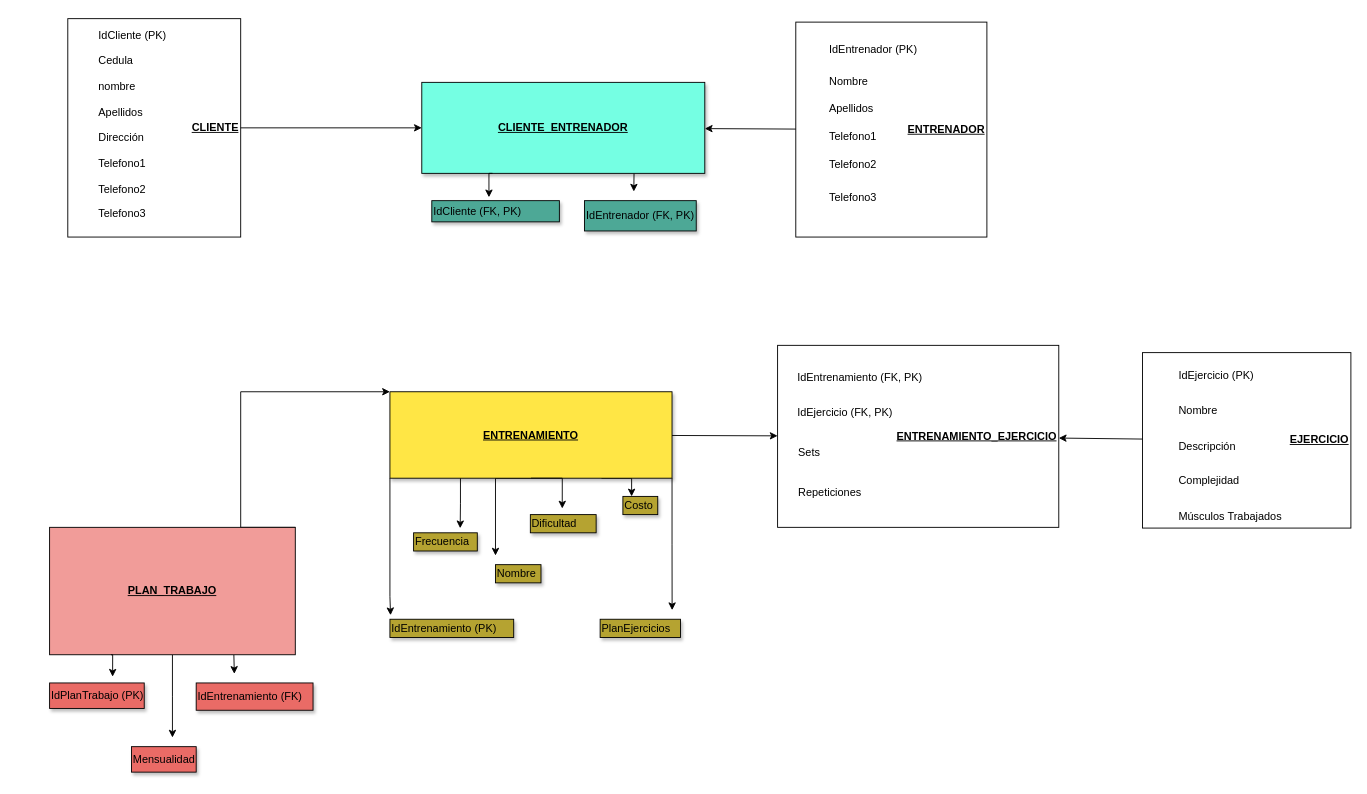
Before: Diagrama sin título.drawio in Daniela27B/Daniela27B, a draw.io diagram. Source tidied: cells renumbered, new cells numbered last; positions are measured from the earlier drawing's top-left corner, leaving out a move shared by most shapes. Both pictures are drawn from the tidied source at 91%, with x=0, y=0 at pixel (49, 18).
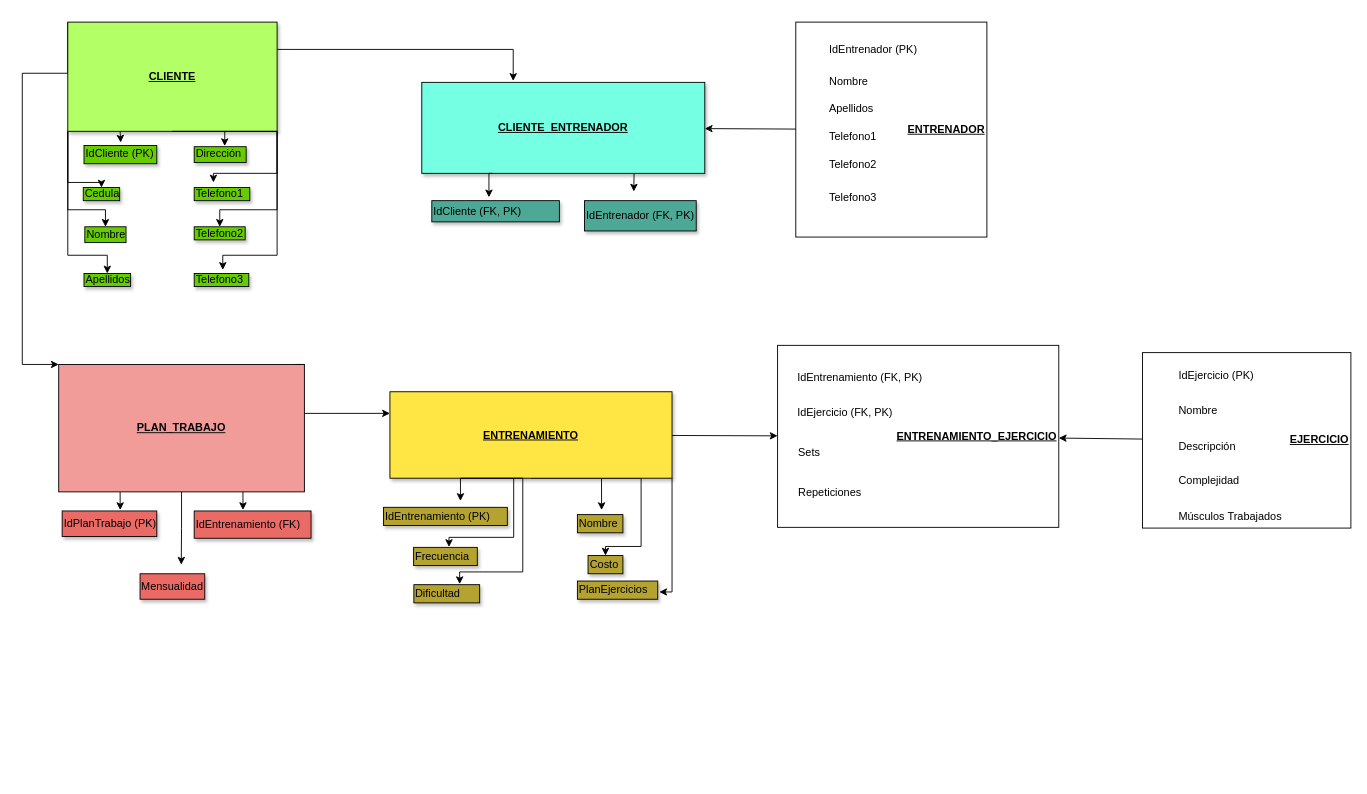
Above is the later version.

The change refers to these unchanged cells:
```xml
<mxCell id="19" value="&lt;b&gt;&lt;u&gt;ENTRENAMIENTO&lt;/u&gt;&lt;/b&gt;" style="rounded=0;whiteSpace=wrap;html=1;align=center;fillColor=#FFE645;shadow=1;" parent="1" vertex="1">
  <mxGeometry x="374" y="410" width="310" height="95" as="geometry" />
</mxCell>
<mxCell id="34" value="&lt;b&gt;&lt;u&gt;CLIENTE_ENTRENADOR&lt;/u&gt;&lt;/b&gt;" style="rounded=0;whiteSpace=wrap;html=1;align=center;fillColor=#75FFE3;shadow=1;" parent="1" vertex="1">
  <mxGeometry x="409" y="70" width="311" height="100" as="geometry" />
</mxCell>
```

The edit, as a diff of the source:
```diff
@@
+    <mxCell id="59" style="edgeStyle=orthogonalEdgeStyle;rounded=0;jettySize=auto;html=1;exitX=0;exitY=0;exitDx=0;exitDy=0;entryX=0;entryY=0;entryDx=0;entryDy=0;" parent="1" edge="1" source="2" target="14">
+      <mxGeometry relative="1" as="geometry">
+        <Array as="points">
+          <mxPoint x="20" y="60" />
+          <mxPoint x="-30" y="60" />
+          <mxPoint x="-30" y="380" />
+        </Array>
+      </mxGeometry>
+    </mxCell>
+    <mxCell id="60" style="edgeStyle=orthogonalEdgeStyle;rounded=0;jettySize=auto;html=1;exitX=0.75;exitY=1;exitDx=0;exitDy=0;" parent="1" edge="1" source="2">
+      <mxGeometry relative="1" as="geometry">
+        <mxPoint x="192.4" y="140" as="targetPoint" />
+      </mxGeometry>
+    </mxCell>
+    <mxCell id="61" style="edgeStyle=orthogonalEdgeStyle;rounded=0;jettySize=auto;html=1;exitX=0.5;exitY=1;exitDx=0;exitDy=0;" parent="1" edge="1" source="2">
+      <mxGeometry relative="1" as="geometry">
+        <mxPoint x="180" y="180" as="targetPoint" />
+        <Array as="points">
+          <mxPoint x="250" y="124" />
+          <mxPoint x="250" y="170" />
+          <mxPoint x="180" y="170" />
+        </Array>
+      </mxGeometry>
+    </mxCell>
+    <mxCell id="62" style="edgeStyle=orthogonalEdgeStyle;rounded=0;jettySize=auto;html=1;exitX=0.5;exitY=1;exitDx=0;exitDy=0;" parent="1" edge="1" source="2" target="10">
+      <mxGeometry relative="1" as="geometry">
+        <Array as="points">
+          <mxPoint x="250" y="124" />
+          <mxPoint x="250" y="210" />
+          <mxPoint x="187" y="210" />
+        </Array>
+      </mxGeometry>
+    </mxCell>
+    <mxCell id="63" style="edgeStyle=orthogonalEdgeStyle;rounded=0;jettySize=auto;html=1;exitX=0;exitY=1;exitDx=0;exitDy=0;entryX=0.5;entryY=0;entryDx=0;entryDy=0;" parent="1" edge="1" source="2" target="4">
+      <mxGeometry relative="1" as="geometry">
+        <Array as="points">
+          <mxPoint x="20" y="180" />
+          <mxPoint x="57" y="180" />
+        </Array>
+      </mxGeometry>
+    </mxCell>
+    <mxCell id="64" style="edgeStyle=orthogonalEdgeStyle;rounded=0;jettySize=auto;html=1;exitX=0;exitY=1;exitDx=0;exitDy=0;entryX=0.5;entryY=0;entryDx=0;entryDy=0;" parent="1" edge="1" source="2" target="5">
+      <mxGeometry relative="1" as="geometry">
+        <Array as="points">
+          <mxPoint x="20" y="210" />
+          <mxPoint x="61" y="210" />
+        </Array>
+      </mxGeometry>
+    </mxCell>
+    <mxCell id="65" style="edgeStyle=orthogonalEdgeStyle;rounded=0;jettySize=auto;html=1;exitX=0;exitY=1;exitDx=0;exitDy=0;entryX=0.5;entryY=0;entryDx=0;entryDy=0;" parent="1" edge="1" source="2" target="6">
+      <mxGeometry relative="1" as="geometry">
+        <Array as="points">
+          <mxPoint x="20" y="260" />
+          <mxPoint x="63" y="260" />
+        </Array>
+      </mxGeometry>
+    </mxCell>
-    <mxCell id="2" value="&lt;u&gt;&lt;b&gt;CLIENTE&lt;/b&gt;&lt;/u&gt;" style="rounded=0;whiteSpace=wrap;html=1;align=right;" parent="1" vertex="1">
-      <mxGeometry x="20" width="190" height="240" as="geometry" />
+    <mxCell id="2" value="&lt;u&gt;&lt;b&gt;CLIENTE&lt;/b&gt;&lt;/u&gt;" style="rounded=0;whiteSpace=wrap;html=1;align=center;fillColor=#B3FF66;shadow=1;" parent="1" vertex="1">
+      <mxGeometry x="20" y="3.8" width="230" height="120" as="geometry" />
     </mxCell>
-    <mxCell id="3" value="IdCliente (PK)" style="text;html=1;strokeColor=none;fillColor=none;align=left;verticalAlign=middle;" parent="2" vertex="1">
-      <mxGeometry x="31.7" y="13.3" width="122.7" height="11.3" as="geometry" />
-    </mxCell>
-    <mxCell id="4" value="Cedula" style="text;html=1;strokeColor=none;fillColor=none;align=left;verticalAlign=middle;" parent="2" vertex="1">
-      <mxGeometry x="31.7" y="39" width="99" height="14.4" as="geometry" />
-    </mxCell>
-    <mxCell id="5" value="nombre" style="text;html=1;strokeColor=none;fillColor=none;align=left;verticalAlign=middle;" parent="2" vertex="1">
-      <mxGeometry x="31.7" y="66.2" width="63.3" height="17.4" as="geometry" />
-    </mxCell>
-    <mxCell id="6" value="Apellidos" style="text;html=1;strokeColor=none;fillColor=none;align=left;verticalAlign=middle;" parent="2" vertex="1">
-      <mxGeometry x="31.7" y="95.5" width="75.2" height="14.4" as="geometry" />
-    </mxCell>
-    <mxCell id="7" value="Dirección" style="text;html=1;strokeColor=none;fillColor=none;align=left;verticalAlign=middle;" parent="2" vertex="1">
-      <mxGeometry x="31.7" y="121.8" width="75.2" height="17.4" as="geometry" />
-    </mxCell>
-    <mxCell id="8" value="Telefono1" style="text;html=1;strokeColor=none;fillColor=none;align=left;verticalAlign=middle;" parent="2" vertex="1">
-      <mxGeometry x="31.7" y="153" width="87.1" height="14.4" as="geometry" />
-    </mxCell>
-    <mxCell id="9" value="Telefono3" style="text;html=1;strokeColor=none;fillColor=none;align=left;verticalAlign=middle;" parent="2" vertex="1">
-      <mxGeometry x="31.7" y="207.5" width="87.1" height="14.4" as="geometry" />
-    </mxCell>
-    <mxCell id="10" value="Telefono2" style="text;html=1;strokeColor=none;fillColor=none;align=left;verticalAlign=middle;" parent="2" vertex="1">
-      <mxGeometry x="31.7" y="181.2" width="87.1" height="14.4" as="geometry" />
-    </mxCell>
-    <mxCell id="11" style="edgeStyle=orthogonalEdgeStyle;rounded=0;jettySize=auto;html=1;exitX=1;exitY=0;exitDx=0;exitDy=0;entryX=0;entryY=0;entryDx=0;entryDy=0;" parent="1" edge="1" source="14" target="19">
+    <mxCell id="11" style="edgeStyle=orthogonalEdgeStyle;rounded=0;jettySize=auto;html=1;exitX=1;exitY=0;exitDx=0;exitDy=0;entryX=0;entryY=0.25;entryDx=0;entryDy=0;" parent="1" edge="1" source="14" target="19">
       <mxGeometry relative="1" as="geometry">
         <Array as="points">
-          <mxPoint x="210" y="410" />
+          <mxPoint x="270" y="434" />
         </Array>
       </mxGeometry>
     </mxCell>
-    <mxCell id="12" style="edgeStyle=orthogonalEdgeStyle;rounded=0;jettySize=auto;html=1;exitX=0.75;exitY=1;exitDx=0;exitDy=0;" parent="1" edge="1" source="14">
-      <mxGeometry relative="1" as="geometry">
-        <mxPoint x="203" y="720" as="targetPoint" />
-      </mxGeometry>
-    </mxCell>
-    <mxCell id="13" style="edgeStyle=orthogonalEdgeStyle;rounded=0;jettySize=auto;html=1;exitX=0.5;exitY=1;exitDx=0;exitDy=0;" parent="1" edge="1" source="14">
-      <mxGeometry relative="1" as="geometry">
-        <mxPoint x="135" y="790" as="targetPoint" />
-      </mxGeometry>
-    </mxCell>
+    <mxCell id="66" style="edgeStyle=orthogonalEdgeStyle;rounded=0;jettySize=auto;html=1;exitX=0.5;exitY=1;exitDx=0;exitDy=0;" parent="1" edge="1" source="14">
+      <mxGeometry relative="1" as="geometry">
+        <mxPoint x="144.7" y="600" as="targetPoint" />
+      </mxGeometry>
+    </mxCell>
+    <mxCell id="67" style="edgeStyle=orthogonalEdgeStyle;rounded=0;jettySize=auto;html=1;exitX=0.25;exitY=1;exitDx=0;exitDy=0;" parent="1" edge="1" source="14">
+      <mxGeometry relative="1" as="geometry">
+        <mxPoint x="77.6" y="540" as="targetPoint" />
+      </mxGeometry>
+    </mxCell>
+    <mxCell id="68" style="edgeStyle=orthogonalEdgeStyle;rounded=0;jettySize=auto;html=1;exitX=0.75;exitY=1;exitDx=0;exitDy=0;" parent="1" edge="1" source="14">
+      <mxGeometry relative="1" as="geometry">
+        <mxPoint x="212.5" y="540" as="targetPoint" />
+      </mxGeometry>
+    </mxCell>
     <mxCell id="14" value="&lt;u&gt;&lt;b&gt;PLAN_TRABAJO&lt;/b&gt;&lt;/u&gt;" style="rounded=0;whiteSpace=wrap;html=1;align=center;fillColor=#F19C99;" parent="1" vertex="1">
-      <mxGeometry y="559" width="270" height="140" as="geometry" />
+      <mxGeometry x="10" y="380" width="270" height="140" as="geometry" />
     </mxCell>
-    <mxCell id="15" style="edgeStyle=orthogonalEdgeStyle;rounded=0;jettySize=auto;html=1;exitX=0.25;exitY=1;exitDx=0;exitDy=0;" parent="1" edge="1" source="19">
-      <mxGeometry relative="1" as="geometry">
-        <mxPoint x="451.2" y="560" as="targetPoint" />
-      </mxGeometry>
-    </mxCell>
-    <mxCell id="16" style="edgeStyle=orthogonalEdgeStyle;rounded=0;jettySize=auto;html=1;exitX=0.5;exitY=1;exitDx=0;exitDy=0;" parent="1" edge="1" source="19">
-      <mxGeometry relative="1" as="geometry">
-        <mxPoint x="490" y="590" as="targetPoint" />
-        <Array as="points">
-          <mxPoint x="490" y="505" />
-        </Array>
-      </mxGeometry>
-    </mxCell>
+    <mxCell id="69" style="edgeStyle=orthogonalEdgeStyle;rounded=0;jettySize=auto;html=1;exitX=0.25;exitY=1;exitDx=0;exitDy=0;entryX=0.556;entryY=-0.02;entryDx=0;entryDy=0;entryPerimeter=0;" parent="1" edge="1" source="19" target="47">
+      <mxGeometry relative="1" as="geometry">
+        <Array as="points">
+          <mxPoint x="510" y="505" />
+          <mxPoint x="510" y="570" />
+          <mxPoint x="439" y="570" />
+        </Array>
+      </mxGeometry>
+    </mxCell>
+    <mxCell id="70" style="edgeStyle=orthogonalEdgeStyle;rounded=0;jettySize=auto;html=1;exitX=0.75;exitY=1;exitDx=0;exitDy=0;" parent="1" edge="1" source="19">
+      <mxGeometry relative="1" as="geometry">
+        <mxPoint x="606.6" y="540" as="targetPoint" />
+      </mxGeometry>
+    </mxCell>
+    <mxCell id="71" style="edgeStyle=orthogonalEdgeStyle;rounded=0;jettySize=auto;html=1;exitX=1;exitY=1;exitDx=0;exitDy=0;" parent="1" edge="1" source="19">
+      <mxGeometry relative="1" as="geometry">
+        <mxPoint x="670" y="630" as="targetPoint" />
+        <Array as="points">
+          <mxPoint x="684" y="630" />
+        </Array>
+      </mxGeometry>
+    </mxCell>
-    <mxCell id="17" style="edgeStyle=orthogonalEdgeStyle;rounded=0;jettySize=auto;html=1;exitX=0.75;exitY=1;exitDx=0;exitDy=0;entryX=0.25;entryY=0;entryDx=0;entryDy=0;" parent="1" edge="1" source="19" target="50">
-      <mxGeometry relative="1" as="geometry" />
+    <mxCell id="17" style="edgeStyle=orthogonalEdgeStyle;rounded=0;jettySize=auto;html=1;exitX=0.5;exitY=1;exitDx=0;exitDy=0;entryX=0.5;entryY=0;entryDx=0;entryDy=0;" parent="1" edge="1" source="19" target="50">
+      <mxGeometry relative="1" as="geometry">
+        <Array as="points">
+          <mxPoint x="650" y="505" />
+          <mxPoint x="650" y="580" />
+        </Array>
+      </mxGeometry>
     </mxCell>
-    <mxCell id="18" style="edgeStyle=orthogonalEdgeStyle;rounded=0;jettySize=auto;html=1;exitX=1;exitY=1;exitDx=0;exitDy=0;" parent="1" edge="1" source="19">
-      <mxGeometry relative="1" as="geometry">
-        <mxPoint x="684.1" y="650" as="targetPoint" />
-      </mxGeometry>
-    </mxCell>
+    <mxCell id="72" style="edgeStyle=orthogonalEdgeStyle;rounded=0;jettySize=auto;html=1;exitX=0.25;exitY=1;exitDx=0;exitDy=0;" parent="1" edge="1" source="19">
+      <mxGeometry relative="1" as="geometry">
+        <mxPoint x="451.5" y="530" as="targetPoint" />
+      </mxGeometry>
+    </mxCell>
@@
-    <mxCell id="42" parent="1" edge="1" source="2" target="34">
-      <mxGeometry relative="1" as="geometry" />
-    </mxCell>
@@
     <mxCell id="46" value="IdEntrenamiento (PK)" style="text;html=1;strokeColor=#000000;fillColor=#B5A331;align=left;verticalAlign=middle;shadow=1;" parent="1" vertex="1">
-      <mxGeometry x="374" y="660" width="136" height="20" as="geometry" />
+      <mxGeometry x="367" y="537" width="136" height="20" as="geometry" />
     </mxCell>
     <mxCell id="47" value="Frecuencia" style="text;html=1;strokeColor=#000000;fillColor=#B5A331;align=left;verticalAlign=middle;shadow=1;" parent="1" vertex="1">
-      <mxGeometry x="400" y="565" width="70" height="20" as="geometry" />
+      <mxGeometry x="400" y="581" width="70" height="20" as="geometry" />
     </mxCell>
     <mxCell id="48" value="Dificultad" style="text;html=1;strokeColor=#000000;fillColor=#B5A331;align=left;verticalAlign=middle;shadow=1;" parent="1" vertex="1">
-      <mxGeometry x="528.3" y="545" width="72.3" height="20" as="geometry" />
+      <mxGeometry x="400.3" y="622" width="72.3" height="20" as="geometry" />
     </mxCell>
     <mxCell id="49" value="Nombre" style="text;html=1;strokeColor=#000000;fillColor=#B5A331;align=left;verticalAlign=middle;shadow=1;" parent="1" vertex="1">
-      <mxGeometry x="490" y="600" width="50" height="20" as="geometry" />
+      <mxGeometry x="580" y="545" width="50" height="20" as="geometry" />
     </mxCell>
     <mxCell id="50" value="Costo" style="text;html=1;strokeColor=#000000;fillColor=#B5A331;align=left;verticalAlign=middle;shadow=1;" parent="1" vertex="1">
-      <mxGeometry x="630" y="525" width="38.3" height="20" as="geometry" />
+      <mxGeometry x="591.7" y="590" width="38.3" height="20" as="geometry" />
     </mxCell>
     <mxCell id="51" value="PlanEjercicios" style="text;html=1;strokeColor=#000000;fillColor=#B5A331;align=left;verticalAlign=middle;shadow=1;" parent="1" vertex="1">
-      <mxGeometry x="605" y="660" width="88.3" height="20" as="geometry" />
+      <mxGeometry x="580" y="618" width="88.3" height="20" as="geometry" />
     </mxCell>
-    <mxCell id="52" style="edgeStyle=orthogonalEdgeStyle;rounded=0;jettySize=auto;html=1;exitX=0;exitY=1;exitDx=0;exitDy=0;entryX=0.005;entryY=-0.223;entryDx=0;entryDy=0;entryPerimeter=0;" parent="1" edge="1" source="19" target="46">
-      <mxGeometry relative="1" as="geometry">
-        <Array as="points">
-          <mxPoint x="374" y="635" />
-        </Array>
-      </mxGeometry>
-    </mxCell>
-    <mxCell id="53" style="edgeStyle=orthogonalEdgeStyle;rounded=0;jettySize=auto;html=1;exitX=0.5;exitY=1;exitDx=0;exitDy=0;entryX=0.485;entryY=-0.335;entryDx=0;entryDy=0;entryPerimeter=0;" parent="1" edge="1" source="19" target="48">
-      <mxGeometry relative="1" as="geometry">
-        <Array as="points">
-          <mxPoint x="563" y="505" />
-        </Array>
-      </mxGeometry>
-    </mxCell>
@@
     <mxCell id="55" value="IdPlanTrabajo (PK)" style="text;html=1;strokeColor=#030303;fillColor=#EA6B66;align=left;verticalAlign=middle;shadow=1;" parent="1" vertex="1">
-      <mxGeometry y="730" width="104" height="28" as="geometry" />
+      <mxGeometry x="13.8" y="541" width="104" height="28" as="geometry" />
     </mxCell>
     <mxCell id="56" value="IdEntrenamiento (FK)" style="text;html=1;strokeColor=#030303;fillColor=#EA6B66;align=left;verticalAlign=middle;shadow=1;" parent="1" vertex="1">
-      <mxGeometry x="161.1" y="730" width="128.4" height="30" as="geometry" />
+      <mxGeometry x="158.9" y="541" width="128.4" height="30" as="geometry" />
     </mxCell>
     <mxCell id="57" value="Mensualidad" style="text;html=1;strokeColor=#030303;fillColor=#EA6B66;align=left;verticalAlign=middle;shadow=1;" parent="1" vertex="1">
-      <mxGeometry x="90" y="800" width="71.1" height="28" as="geometry" />
+      <mxGeometry x="99.4" y="610" width="71.1" height="28" as="geometry" />
     </mxCell>
-    <mxCell id="58" style="edgeStyle=orthogonalEdgeStyle;rounded=0;jettySize=auto;html=1;exitX=0.25;exitY=1;exitDx=0;exitDy=0;entryX=0.666;entryY=-0.246;entryDx=0;entryDy=0;entryPerimeter=0;" parent="1" edge="1" source="14" target="55">
-      <mxGeometry relative="1" as="geometry" />
-    </mxCell>
+    <mxCell id="3" value="IdCliente (PK)" style="text;html=1;strokeColor=#030303;fillColor=#66CC00;align=left;verticalAlign=middle;shadow=1;" parent="1" vertex="1">
+      <mxGeometry x="37.8" y="139.4" width="80" height="20" as="geometry" />
+    </mxCell>
+    <mxCell id="4" value="Cedula" style="text;html=1;strokeColor=#030303;fillColor=#66CC00;align=left;verticalAlign=middle;shadow=1;" parent="1" vertex="1">
+      <mxGeometry x="37" y="185.6" width="40" height="14.4" as="geometry" />
+    </mxCell>
+    <mxCell id="5" value="Nombre" style="text;html=1;strokeColor=#030303;fillColor=#66CC00;align=left;verticalAlign=middle;" parent="1" vertex="1">
+      <mxGeometry x="38.7" y="228.7" width="45.3" height="17.4" as="geometry" />
+    </mxCell>
+    <mxCell id="6" value="Apellidos" style="text;html=1;strokeColor=#030303;fillColor=#66CC00;align=left;verticalAlign=middle;shadow=1;" parent="1" vertex="1">
+      <mxGeometry x="37.8" y="280" width="51.2" height="14.4" as="geometry" />
+    </mxCell>
+    <mxCell id="7" value="Dirección" style="text;html=1;strokeColor=#030303;fillColor=#66CC00;align=left;verticalAlign=middle;shadow=1;" parent="1" vertex="1">
+      <mxGeometry x="158.9" y="140.7" width="57.1" height="17.4" as="geometry" />
+    </mxCell>
+    <mxCell id="8" value="Telefono1" style="text;html=1;strokeColor=#030303;fillColor=#66CC00;align=left;verticalAlign=middle;shadow=1;" parent="1" vertex="1">
+      <mxGeometry x="158.9" y="185.6" width="61.1" height="14.4" as="geometry" />
+    </mxCell>
+    <mxCell id="10" value="Telefono2" style="text;html=1;strokeColor=#030303;fillColor=#66CC00;align=left;verticalAlign=middle;shadow=1;" parent="1" vertex="1">
+      <mxGeometry x="158.9" y="228.7" width="56" height="14.4" as="geometry" />
+    </mxCell>
+    <mxCell id="9" value="Telefono3" style="text;html=1;strokeColor=#030303;fillColor=#66CC00;align=left;verticalAlign=middle;shadow=1;" parent="1" vertex="1">
+      <mxGeometry x="158.9" y="280" width="60" height="14.4" as="geometry" />
+    </mxCell>
+    <mxCell id="73" style="edgeStyle=orthogonalEdgeStyle;rounded=0;jettySize=auto;html=1;exitX=0.25;exitY=1;exitDx=0;exitDy=0;entryX=0.505;entryY=-0.161;entryDx=0;entryDy=0;entryPerimeter=0;" parent="1" edge="1" source="2" target="3">
+      <mxGeometry relative="1" as="geometry" />
+    </mxCell>
+    <mxCell id="74" style="edgeStyle=orthogonalEdgeStyle;rounded=0;jettySize=auto;html=1;exitX=0.5;exitY=1;exitDx=0;exitDy=0;entryX=0.524;entryY=-0.271;entryDx=0;entryDy=0;entryPerimeter=0;" parent="1" edge="1" source="2" target="9">
+      <mxGeometry relative="1" as="geometry">
+        <Array as="points">
+          <mxPoint x="250" y="124" />
+          <mxPoint x="250" y="260" />
+          <mxPoint x="190" y="260" />
+        </Array>
+      </mxGeometry>
+    </mxCell>
+    <mxCell id="42" style="edgeStyle=orthogonalEdgeStyle;rounded=0;jettySize=auto;html=1;exitX=1;exitY=0.25;exitDx=0;exitDy=0;entryX=0.323;entryY=-0.016;entryDx=0;entryDy=0;entryPerimeter=0;" parent="1" edge="1" source="2" target="34">
+      <mxGeometry relative="1" as="geometry">
+        <Array as="points">
+          <mxPoint x="510" y="34" />
+        </Array>
+      </mxGeometry>
+    </mxCell>
+    <mxCell id="53" style="edgeStyle=orthogonalEdgeStyle;rounded=0;jettySize=auto;html=1;exitX=0.25;exitY=1;exitDx=0;exitDy=0;entryX=0.696;entryY=-0.031;entryDx=0;entryDy=0;entryPerimeter=0;" parent="1" edge="1" source="19" target="48">
+      <mxGeometry relative="1" as="geometry">
+        <Array as="points">
+          <mxPoint x="520" y="505" />
+          <mxPoint x="520" y="608" />
+        </Array>
+      </mxGeometry>
+    </mxCell>
```
